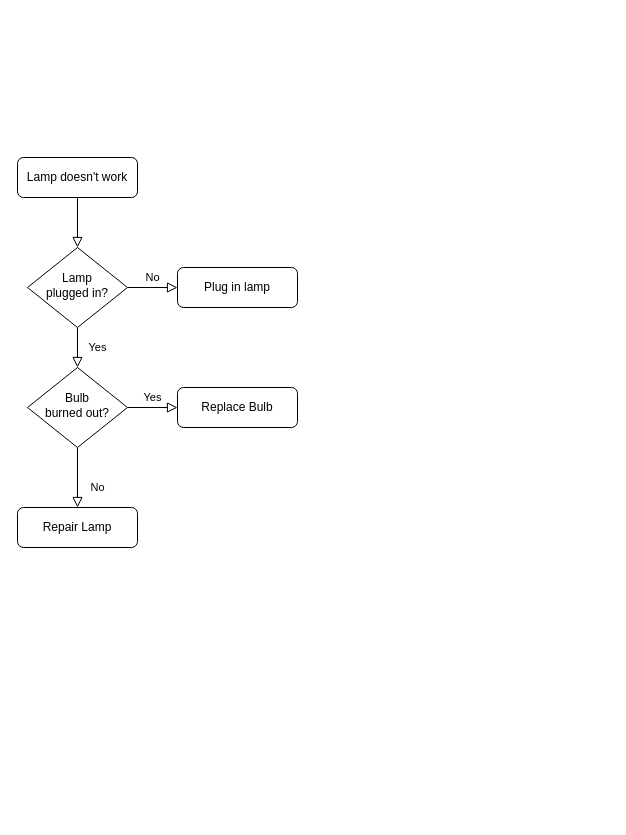
Before: Untitled Diagram.drawio in sidXpro/RESISTANCE-CALCULATOR, a draw.io diagram. Source tidied: cells renumbered, new cells numbered last; positions are measured from the earlier drawing's top-left corner, leaving out a move shared by most shapes. Both pictures are drawn from the tidied source at 100%, with x=0, y=0 at pixel (17, 157).
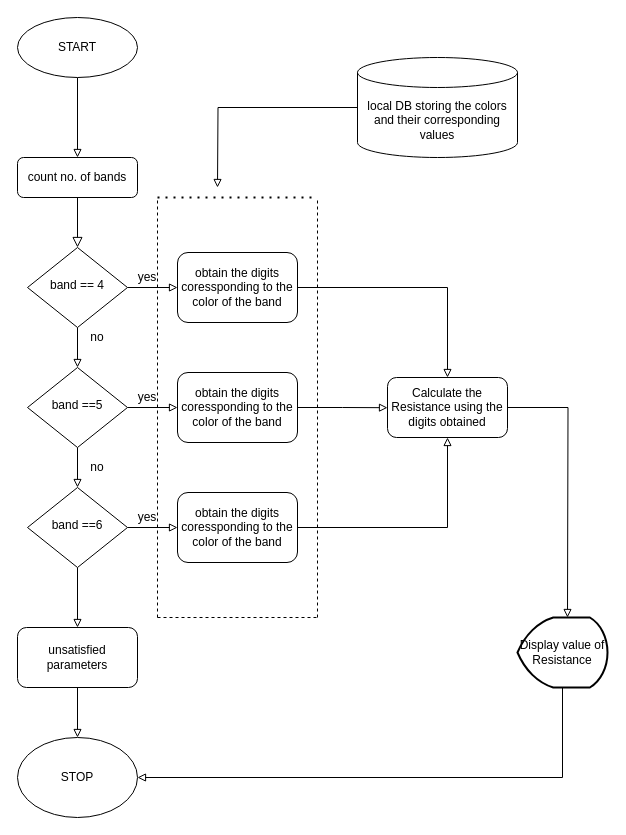
Above is the later version.

Diff of the diagram source:
```diff
@@
-    <mxCell id="3" value="Lamp doesn't work" style="rounded=1;whiteSpace=wrap;html=1;fontSize=12;glass=0;strokeWidth=1;shadow=0;" parent="1" vertex="1">
+    <mxCell id="3" value="count no. of bands" style="rounded=1;whiteSpace=wrap;html=1;fontSize=12;glass=0;strokeWidth=1;shadow=0;" parent="1" vertex="1">
       <mxGeometry width="120" height="40" as="geometry" />
     </mxCell>
+    <mxCell id="5" style="edgeStyle=orthogonalEdgeStyle;rounded=0;jettySize=auto;html=1;endArrow=block;endFill=0;" parent="1" edge="1" source="6" target="7">
+      <mxGeometry relative="1" as="geometry" />
+    </mxCell>
-    <mxCell id="4" value="Yes" style="rounded=0;html=1;jettySize=auto;fontSize=11;endArrow=block;endFill=0;endSize=8;strokeWidth=1;shadow=0;labelBackgroundColor=none;edgeStyle=orthogonalEdgeStyle;" parent="1" edge="1" source="6" target="10">
-      <mxGeometry y="20" relative="1" as="geometry" />
+    <mxCell id="4" style="edgeStyle=orthogonalEdgeStyle;rounded=0;jettySize=auto;html=1;exitX=0.5;exitY=1;exitDx=0;exitDy=0;endArrow=block;endFill=0;" parent="1" edge="1" source="6" target="10">
+      <mxGeometry relative="1" as="geometry" />
     </mxCell>
-    <mxCell id="5" value="No" style="edgeStyle=orthogonalEdgeStyle;rounded=0;html=1;jettySize=auto;fontSize=11;endArrow=block;endFill=0;endSize=8;strokeWidth=1;shadow=0;labelBackgroundColor=none;" parent="1" edge="1" source="6" target="7">
-      <mxGeometry y="10" relative="1" as="geometry" />
-    </mxCell>
-    <mxCell id="6" value="Lamp&lt;br&gt;plugged in?" style="rhombus;whiteSpace=wrap;html=1;shadow=0;fontFamily=Helvetica;fontSize=12;align=center;strokeWidth=1;spacing=6;spacingTop=-4;" parent="1" vertex="1">
+    <mxCell id="6" value="band == 4" style="rhombus;whiteSpace=wrap;html=1;shadow=0;fontFamily=Helvetica;fontSize=12;align=center;strokeWidth=1;spacing=6;spacingTop=-4;" parent="1" vertex="1">
       <mxGeometry x="10" y="90" width="100" height="80" as="geometry" />
     </mxCell>
+    <mxCell id="13" style="edgeStyle=orthogonalEdgeStyle;rounded=0;jettySize=auto;html=1;entryX=0.5;entryY=0;entryDx=0;entryDy=0;endArrow=block;endFill=0;" parent="1" edge="1" source="7" target="36">
+      <mxGeometry relative="1" as="geometry" />
+    </mxCell>
-    <mxCell id="7" value="Plug in lamp" style="rounded=1;whiteSpace=wrap;html=1;fontSize=12;glass=0;strokeWidth=1;shadow=0;" parent="1" vertex="1">
-      <mxGeometry x="160" y="110" width="120" height="40" as="geometry" />
+    <mxCell id="7" value="obtain the digits coressponding to the color of the band" style="rounded=1;whiteSpace=wrap;html=1;fontSize=12;glass=0;strokeWidth=1;shadow=0;" parent="1" vertex="1">
+      <mxGeometry x="160" y="95" width="120" height="70" as="geometry" />
     </mxCell>
-    <mxCell id="8" value="No" style="rounded=0;html=1;jettySize=auto;fontSize=11;endArrow=block;endFill=0;endSize=8;strokeWidth=1;shadow=0;labelBackgroundColor=none;edgeStyle=orthogonalEdgeStyle;" parent="1" edge="1" source="10" target="11">
-      <mxGeometry x="0.33" y="20" relative="1" as="geometry" />
-    </mxCell>
+    <mxCell id="14" style="edgeStyle=orthogonalEdgeStyle;rounded=0;jettySize=auto;html=1;exitX=0.5;exitY=1;exitDx=0;exitDy=0;endArrow=block;endFill=0;" parent="1" edge="1" source="10" target="18">
+      <mxGeometry relative="1" as="geometry" />
+    </mxCell>
-    <mxCell id="9" value="Yes" style="edgeStyle=orthogonalEdgeStyle;rounded=0;html=1;jettySize=auto;fontSize=11;endArrow=block;endFill=0;endSize=8;strokeWidth=1;shadow=0;labelBackgroundColor=none;" parent="1" edge="1" source="10" target="12">
-      <mxGeometry y="10" relative="1" as="geometry" />
+    <mxCell id="9" style="edgeStyle=orthogonalEdgeStyle;rounded=0;jettySize=auto;html=1;exitX=1;exitY=0.5;exitDx=0;exitDy=0;endArrow=block;endFill=0;" parent="1" edge="1" source="10" target="12">
+      <mxGeometry relative="1" as="geometry" />
     </mxCell>
-    <mxCell id="10" value="Bulb&lt;br&gt;burned out?" style="rhombus;whiteSpace=wrap;html=1;shadow=0;fontFamily=Helvetica;fontSize=12;align=center;strokeWidth=1;spacing=6;spacingTop=-4;" parent="1" vertex="1">
+    <mxCell id="10" value="band ==5" style="rhombus;whiteSpace=wrap;html=1;shadow=0;fontFamily=Helvetica;fontSize=12;align=center;strokeWidth=1;spacing=6;spacingTop=-4;" parent="1" vertex="1">
       <mxGeometry x="10" y="210" width="100" height="80" as="geometry" />
     </mxCell>
-    <mxCell id="11" value="Repair Lamp" style="rounded=1;whiteSpace=wrap;html=1;fontSize=12;glass=0;strokeWidth=1;shadow=0;" parent="1" vertex="1">
-      <mxGeometry y="350" width="120" height="40" as="geometry" />
-    </mxCell>
+    <mxCell id="15" style="edgeStyle=orthogonalEdgeStyle;rounded=0;jettySize=auto;html=1;exitX=1;exitY=0.5;exitDx=0;exitDy=0;endArrow=block;endFill=0;" parent="1" edge="1" source="12">
+      <mxGeometry relative="1" as="geometry">
+        <mxPoint x="370" y="250.2" as="targetPoint" />
+      </mxGeometry>
+    </mxCell>
-    <mxCell id="12" value="Replace Bulb" style="rounded=1;whiteSpace=wrap;html=1;fontSize=12;glass=0;strokeWidth=1;shadow=0;" parent="1" vertex="1">
-      <mxGeometry x="160" y="230" width="120" height="40" as="geometry" />
+    <mxCell id="12" value="obtain the digits coressponding to the color of the band" style="rounded=1;whiteSpace=wrap;html=1;fontSize=12;glass=0;strokeWidth=1;shadow=0;" parent="1" vertex="1">
+      <mxGeometry x="160" y="215" width="120" height="70" as="geometry" />
     </mxCell>
+    <mxCell id="16" style="edgeStyle=orthogonalEdgeStyle;rounded=0;jettySize=auto;html=1;exitX=1;exitY=0.5;exitDx=0;exitDy=0;endArrow=block;endFill=0;" parent="1" edge="1" source="18" target="24">
+      <mxGeometry relative="1" as="geometry" />
+    </mxCell>
+    <mxCell id="17" style="edgeStyle=orthogonalEdgeStyle;rounded=0;jettySize=auto;html=1;exitX=0.5;exitY=1;exitDx=0;exitDy=0;endArrow=block;endFill=0;" parent="1" edge="1" source="18" target="27">
+      <mxGeometry relative="1" as="geometry" />
+    </mxCell>
+    <mxCell id="18" value="band ==6" style="rhombus;whiteSpace=wrap;html=1;shadow=0;fontFamily=Helvetica;fontSize=12;align=center;strokeWidth=1;spacing=6;spacingTop=-4;" parent="1" vertex="1">
+      <mxGeometry x="10" y="330" width="100" height="80" as="geometry" />
+    </mxCell>
+    <mxCell id="19" value="yes" style="text;html=1;strokeColor=none;fillColor=none;align=center;verticalAlign=middle;whiteSpace=wrap;rounded=0;" parent="1" vertex="1">
+      <mxGeometry x="110" y="110" width="40" height="20" as="geometry" />
+    </mxCell>
+    <mxCell id="20" value="no" style="text;html=1;strokeColor=none;fillColor=none;align=center;verticalAlign=middle;whiteSpace=wrap;rounded=0;" parent="1" vertex="1">
+      <mxGeometry x="60" y="170" width="40" height="20" as="geometry" />
+    </mxCell>
+    <mxCell id="21" value="no" style="text;html=1;strokeColor=none;fillColor=none;align=center;verticalAlign=middle;whiteSpace=wrap;rounded=0;" parent="1" vertex="1">
+      <mxGeometry x="60" y="300" width="40" height="20" as="geometry" />
+    </mxCell>
+    <mxCell id="22" value="yes" style="text;html=1;strokeColor=none;fillColor=none;align=center;verticalAlign=middle;whiteSpace=wrap;rounded=0;" parent="1" vertex="1">
+      <mxGeometry x="110" y="230" width="40" height="20" as="geometry" />
+    </mxCell>
+    <mxCell id="23" style="edgeStyle=orthogonalEdgeStyle;rounded=0;jettySize=auto;html=1;exitX=1;exitY=0.5;exitDx=0;exitDy=0;entryX=0.5;entryY=1;entryDx=0;entryDy=0;endArrow=block;endFill=0;" parent="1" edge="1" source="24" target="36">
+      <mxGeometry relative="1" as="geometry" />
+    </mxCell>
+    <mxCell id="24" value="&lt;span&gt;obtain the digits coressponding to the color of the band&lt;/span&gt;" style="rounded=1;whiteSpace=wrap;html=1;" parent="1" vertex="1">
+      <mxGeometry x="160" y="335" width="120" height="70" as="geometry" />
+    </mxCell>
+    <mxCell id="25" value="yes" style="text;html=1;strokeColor=none;fillColor=none;align=center;verticalAlign=middle;whiteSpace=wrap;rounded=0;" parent="1" vertex="1">
+      <mxGeometry x="110" y="350" width="40" height="20" as="geometry" />
+    </mxCell>
+    <mxCell id="26" style="edgeStyle=orthogonalEdgeStyle;rounded=0;jettySize=auto;html=1;exitX=0.5;exitY=1;exitDx=0;exitDy=0;endArrow=block;endFill=0;" parent="1" edge="1" source="27" target="37">
+      <mxGeometry relative="1" as="geometry" />
+    </mxCell>
+    <mxCell id="27" value="unsatisfied parameters" style="rounded=1;whiteSpace=wrap;html=1;" parent="1" vertex="1">
+      <mxGeometry y="470" width="120" height="60" as="geometry" />
+    </mxCell>
+    <mxCell id="28" style="endArrow=none;dashed=1;html=1;" parent="1" edge="1">
+      <mxGeometry relative="1" as="geometry">
+        <mxPoint x="140" y="460" as="sourcePoint" />
+        <mxPoint x="140" y="40" as="targetPoint" />
+      </mxGeometry>
+    </mxCell>
+    <mxCell id="29" style="endArrow=none;dashed=1;html=1;" parent="1" edge="1">
+      <mxGeometry relative="1" as="geometry">
+        <mxPoint x="140" y="460" as="sourcePoint" />
+        <mxPoint x="300" y="460" as="targetPoint" />
+      </mxGeometry>
+    </mxCell>
+    <mxCell id="30" style="endArrow=none;dashed=1;html=1;dashPattern=1 3;strokeWidth=2;" parent="1" edge="1">
+      <mxGeometry relative="1" as="geometry">
+        <mxPoint x="140" y="40" as="sourcePoint" />
+        <mxPoint x="300" y="40" as="targetPoint" />
+      </mxGeometry>
+    </mxCell>
+    <mxCell id="31" style="endArrow=none;dashed=1;html=1;" parent="1" edge="1">
+      <mxGeometry relative="1" as="geometry">
+        <mxPoint x="300" y="460" as="sourcePoint" />
+        <mxPoint x="300" y="40" as="targetPoint" />
+      </mxGeometry>
+    </mxCell>
+    <mxCell id="32" style="edgeStyle=orthogonalEdgeStyle;rounded=0;jettySize=auto;html=1;endArrow=block;endFill=0;" parent="1" edge="1" source="33">
+      <mxGeometry relative="1" as="geometry">
+        <mxPoint x="200" y="30" as="targetPoint" />
+      </mxGeometry>
+    </mxCell>
+    <mxCell id="33" value="local DB storing the colors and their corresponding values" style="shape=cylinder3;whiteSpace=wrap;html=1;boundedLbl=1;backgroundOutline=1;size=15;" parent="1" vertex="1">
+      <mxGeometry x="340" y="-100" width="160" height="100" as="geometry" />
+    </mxCell>
+    <mxCell id="34" style="edgeStyle=orthogonalEdgeStyle;rounded=0;orthogonalLoop=1;jettySize=auto;html=1;exitX=0.5;exitY=1;exitDx=0;exitDy=0;exitPerimeter=0;endArrow=block;endFill=0;" parent="1" edge="1" source="33" target="33">
+      <mxGeometry relative="1" as="geometry" />
+    </mxCell>
+    <mxCell id="35" style="edgeStyle=orthogonalEdgeStyle;rounded=0;jettySize=auto;html=1;endArrow=block;endFill=0;" parent="1" edge="1" source="36">
+      <mxGeometry relative="1" as="geometry">
+        <mxPoint x="550" y="460" as="targetPoint" />
+      </mxGeometry>
+    </mxCell>
+    <mxCell id="36" value="Calculate the Resistance using the digits obtained" style="rounded=1;whiteSpace=wrap;html=1;" parent="1" vertex="1">
+      <mxGeometry x="370" y="220" width="120" height="60" as="geometry" />
+    </mxCell>
+    <mxCell id="37" value="STOP" style="ellipse;whiteSpace=wrap;html=1;" parent="1" vertex="1">
+      <mxGeometry y="580" width="120" height="80" as="geometry" />
+    </mxCell>
+    <mxCell id="38" style="edgeStyle=orthogonalEdgeStyle;rounded=0;jettySize=auto;html=1;entryX=0.5;entryY=0;entryDx=0;entryDy=0;endArrow=block;endFill=0;" parent="1" edge="1" source="39" target="3">
+      <mxGeometry relative="1" as="geometry" />
+    </mxCell>
+    <mxCell id="39" value="START" style="ellipse;whiteSpace=wrap;html=1;" parent="1" vertex="1">
+      <mxGeometry y="-140" width="120" height="60" as="geometry" />
+    </mxCell>
+    <mxCell id="40" style="edgeStyle=orthogonalEdgeStyle;rounded=0;jettySize=auto;html=1;entryX=1;entryY=0.5;entryDx=0;entryDy=0;endArrow=block;endFill=0;" parent="1" edge="1" source="41" target="37">
+      <mxGeometry relative="1" as="geometry">
+        <Array as="points">
+          <mxPoint x="545" y="620" />
+        </Array>
+      </mxGeometry>
+    </mxCell>
+    <mxCell id="41" value="Display value of Resistance" style="strokeWidth=2;html=1;shape=mxgraph.flowchart.display;whiteSpace=wrap;" parent="1" vertex="1">
+      <mxGeometry x="500" y="460" width="90" height="70" as="geometry" />
+    </mxCell>
```
